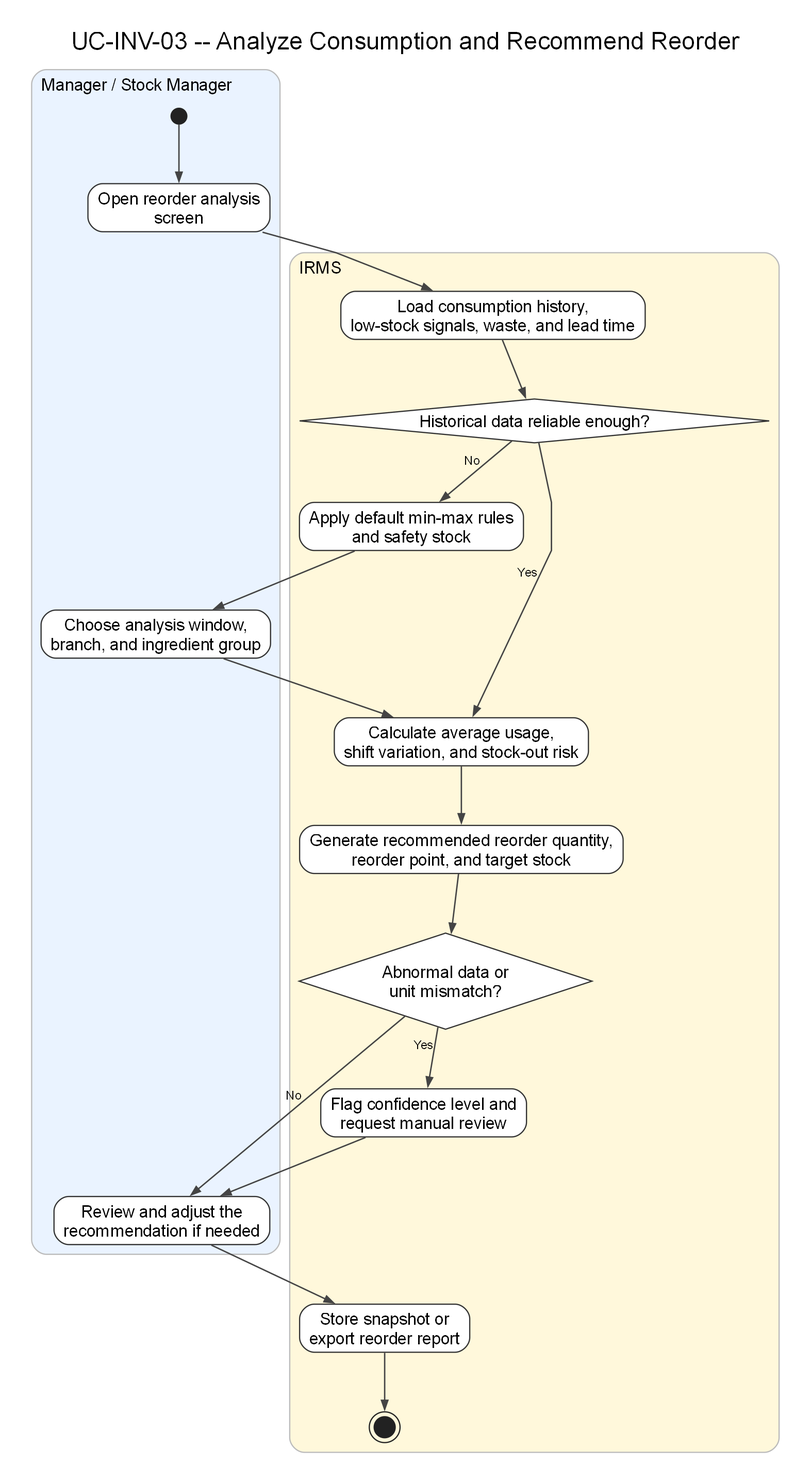
Before: assets/diagrams/rendered/activity/uc-inv-03-reorder-recommendation.png, a diagram exported from Graphviz (lehoangluan1/SA_IRMS). Its source is kept beside it as assets/diagrams/source/activity/uc-inv-03-reorder-recommendation.dot.
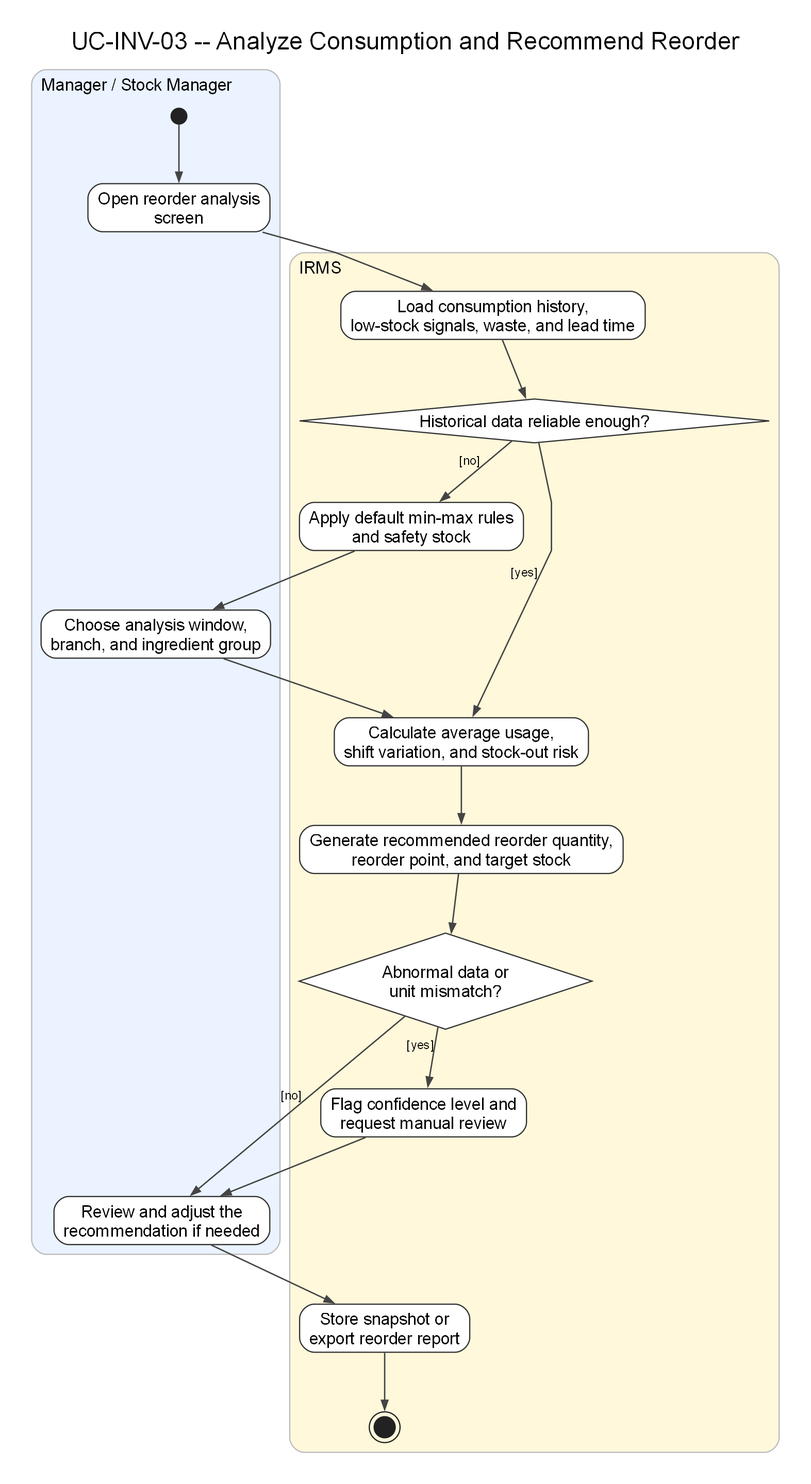
Later version of the same file.

What changed in the source:
```diff
@@ -31,14 +31,14 @@
   n0 -> n1;
   n1 -> n2;
   n2 -> n3;
-  n3 -> n6 [xlabel="Yes"];
-  n3 -> n4 [xlabel="No"];
+  n3 -> n6 [xlabel="[yes]"];
+  n3 -> n4 [xlabel="[no]"];
   n4 -> n5;
   n5 -> n6;
   n6 -> n7;
   n7 -> n8;
-  n8 -> n9 [xlabel="Yes"];
-  n8 -> n10 [xlabel="No"];
+  n8 -> n9 [xlabel="[yes]"];
+  n8 -> n10 [xlabel="[no]"];
   n9 -> n10;
   n10 -> n11;
   n11 -> n12;
```
